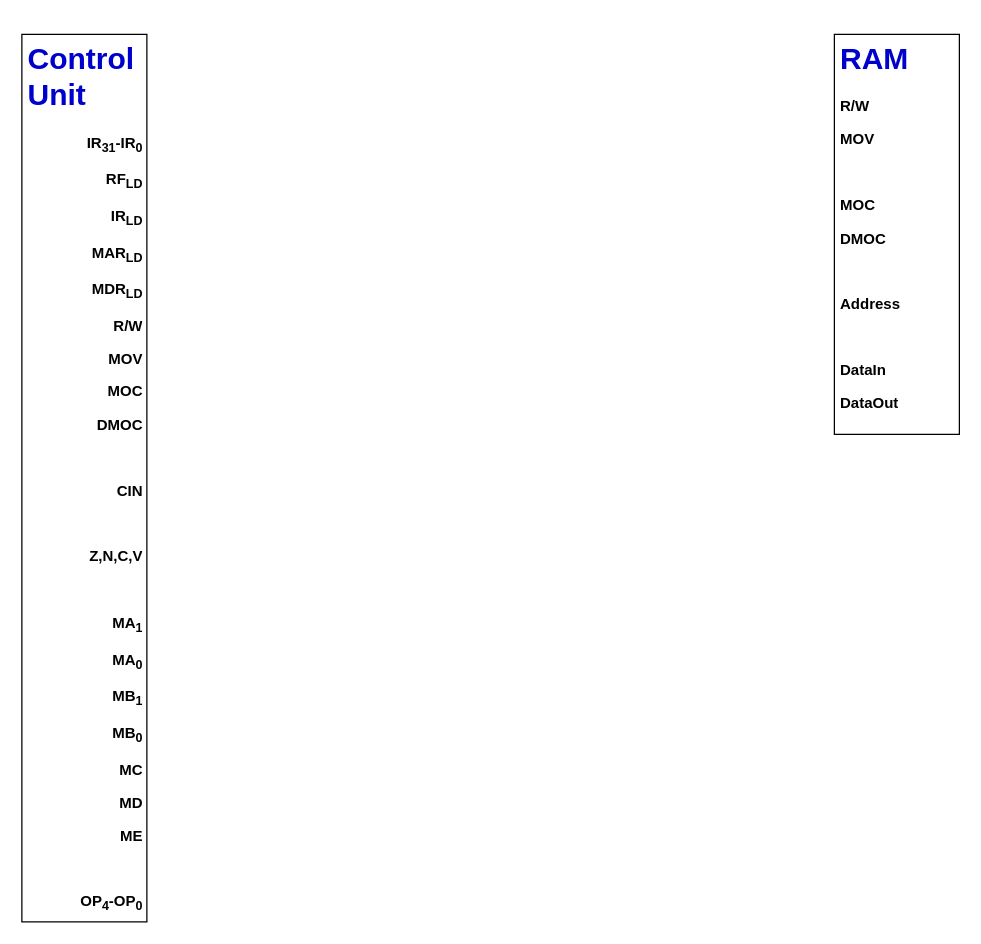
TheParodicts/MIPS_CPU_Diagram keeps this draw.io diagram as MIPS CPU Diagram.drawio. Above is the earlier version. Source tidied: cells renumbered, new cells numbered last; positions are measured from the earlier drawing's top-left corner, leaving out a move shared by most shapes. Both pictures are drawn from the tidied source at 125%, with x=0, y=0 at pixel (21, 34).
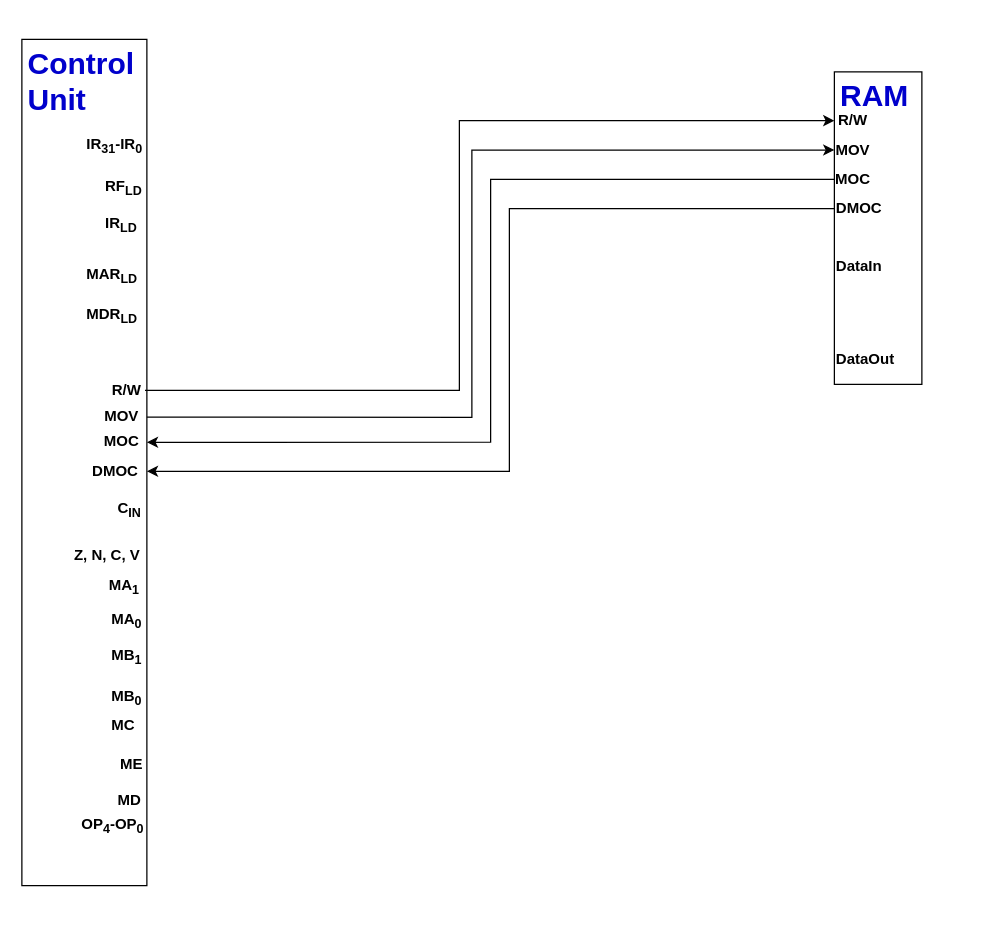
After the change.

Commit message:
Boxed the signals and connected ram to control unit

Change to the diagram source:
```diff
@@
+    <mxCell id="8" style="edgeStyle=orthogonalEdgeStyle;rounded=0;jettySize=auto;html=1;entryX=1;entryY=0.5;entryDx=0;entryDy=0;" parent="1" edge="1" source="35" target="11">
+      <mxGeometry relative="1" as="geometry">
+        <Array as="points">
+          <mxPoint x="375" y="116" />
+          <mxPoint x="375" y="326" />
+        </Array>
+      </mxGeometry>
+    </mxCell>
+    <mxCell id="9" style="edgeStyle=orthogonalEdgeStyle;rounded=0;jettySize=auto;html=1;entryX=1;entryY=0.5;entryDx=0;entryDy=0;" parent="1" edge="1" source="36" target="27">
+      <mxGeometry relative="1" as="geometry">
+        <Array as="points">
+          <mxPoint x="390" y="139" />
+          <mxPoint x="390" y="350" />
+        </Array>
+      </mxGeometry>
+    </mxCell>
+    <mxCell id="10" style="group;" parent="1" vertex="1">
+      <mxGeometry y="4" width="101" height="677" as="geometry" />
+    </mxCell>
-    <mxCell id="2" style="group;" parent="1" vertex="1">
-      <mxGeometry width="100" height="710" as="geometry" />
+    <mxCell id="2" style="group;" parent="10" vertex="1">
+      <mxGeometry width="101" height="677" as="geometry" />
     </mxCell>
     <mxCell id="3" style="rounded=0;whiteSpace=wrap;html=1;" parent="2" vertex="1">
-      <mxGeometry width="100" height="710" as="geometry" />
+      <mxGeometry width="100" height="677" as="geometry" />
     </mxCell>
-    <mxCell id="4" value="&lt;h1&gt;&lt;font color=&quot;#0000cc&quot;&gt;Control Unit&lt;/font&gt;&lt;/h1&gt;&lt;p style=&quot;text-align: right&quot;&gt;&lt;b&gt;IR&lt;sub&gt;31&lt;/sub&gt;-IR&lt;sub&gt;0&lt;/sub&gt;&lt;/b&gt;&lt;/p&gt;&lt;p style=&quot;text-align: right&quot;&gt;&lt;b&gt;RF&lt;sub&gt;LD&lt;/sub&gt;&lt;/b&gt;&lt;/p&gt;&lt;p style=&quot;text-align: right&quot;&gt;&lt;b&gt;IR&lt;sub&gt;LD&lt;/sub&gt;&lt;/b&gt;&lt;/p&gt;&lt;p style=&quot;text-align: right&quot;&gt;&lt;b&gt;MAR&lt;sub&gt;LD&lt;/sub&gt;&lt;/b&gt;&lt;/p&gt;&lt;p style=&quot;text-align: right&quot;&gt;&lt;b&gt;MDR&lt;sub&gt;LD&lt;/sub&gt;&lt;/b&gt;&lt;/p&gt;&lt;p style=&quot;text-align: right&quot;&gt;&lt;b&gt;R/W&lt;/b&gt;&lt;/p&gt;&lt;p style=&quot;text-align: right&quot;&gt;&lt;b&gt;MOV&lt;/b&gt;&lt;/p&gt;&lt;p style=&quot;text-align: right&quot;&gt;&lt;b&gt;MOC&lt;/b&gt;&lt;/p&gt;&lt;p style=&quot;text-align: right&quot;&gt;&lt;b&gt;DMOC&lt;/b&gt;&lt;/p&gt;&lt;p style=&quot;text-align: right&quot;&gt;&lt;b&gt;&lt;br&gt;&lt;/b&gt;&lt;/p&gt;&lt;p style=&quot;text-align: right&quot;&gt;&lt;b&gt;CIN&lt;/b&gt;&lt;/p&gt;&lt;p style=&quot;text-align: right&quot;&gt;&lt;b&gt;&lt;br&gt;&lt;/b&gt;&lt;/p&gt;&lt;p style=&quot;text-align: right&quot;&gt;&lt;b&gt;Z,N,C,V&lt;/b&gt;&lt;/p&gt;&lt;p style=&quot;text-align: right&quot;&gt;&lt;b&gt;&lt;br&gt;&lt;/b&gt;&lt;/p&gt;&lt;p style=&quot;text-align: right&quot;&gt;&lt;b&gt;MA&lt;sub&gt;1&lt;/sub&gt;&lt;/b&gt;&lt;/p&gt;&lt;p style=&quot;text-align: right&quot;&gt;&lt;b&gt;MA&lt;sub&gt;0&lt;/sub&gt;&lt;/b&gt;&lt;/p&gt;&lt;p style=&quot;text-align: right&quot;&gt;&lt;b&gt;MB&lt;sub&gt;1&lt;/sub&gt;&lt;/b&gt;&lt;/p&gt;&lt;p style=&quot;text-align: right&quot;&gt;&lt;b&gt;MB&lt;sub&gt;0&lt;/sub&gt;&lt;/b&gt;&lt;/p&gt;&lt;p style=&quot;text-align: right&quot;&gt;&lt;b&gt;MC&lt;/b&gt;&lt;/p&gt;&lt;p style=&quot;text-align: right&quot;&gt;&lt;b&gt;MD&lt;/b&gt;&lt;/p&gt;&lt;p style=&quot;text-align: right&quot;&gt;&lt;b&gt;ME&lt;/b&gt;&lt;/p&gt;&lt;p style=&quot;text-align: right&quot;&gt;&lt;b&gt;&lt;br&gt;&lt;/b&gt;&lt;/p&gt;&lt;p style=&quot;text-align: right&quot;&gt;&lt;b&gt;OP&lt;sub&gt;4&lt;/sub&gt;-OP&lt;sub&gt;0&lt;/sub&gt;&lt;/b&gt;&lt;/p&gt;" style="text;html=1;strokeColor=none;fillColor=none;spacing=5;spacingTop=-20;whiteSpace=wrap;overflow=hidden;rounded=0;" parent="2" vertex="1">
-      <mxGeometry width="100" height="710" as="geometry" />
+    <mxCell id="4" value="&lt;h1&gt;&lt;font color=&quot;#0000cc&quot;&gt;Control Unit&lt;/font&gt;&lt;/h1&gt;&lt;p style=&quot;text-align: right&quot;&gt;&lt;br&gt;&lt;/p&gt;" style="text;html=1;strokeColor=none;fillColor=none;spacing=5;spacingTop=-20;whiteSpace=wrap;overflow=hidden;rounded=0;" parent="2" vertex="1">
+      <mxGeometry width="100" height="66.7" as="geometry" />
     </mxCell>
+    <mxCell id="11" value="&lt;div style=&quot;text-align: left&quot;&gt;&lt;b&gt;MOC&lt;/b&gt;&lt;/div&gt;" style="text;html=1;strokeColor=none;fillColor=none;align=center;verticalAlign=middle;whiteSpace=wrap;rounded=0;" parent="2" vertex="1">
+      <mxGeometry x="60" y="314.7" width="40" height="15.3" as="geometry" />
+    </mxCell>
+    <mxCell id="12" value="&lt;div style=&quot;text-align: right&quot;&gt;&lt;b&gt;C&lt;sub&gt;IN&lt;/sub&gt;&lt;/b&gt;&lt;/div&gt;" style="text;html=1;" parent="2" vertex="1">
+      <mxGeometry x="75" y="360.9" width="25" height="23.8" as="geometry" />
+    </mxCell>
+    <mxCell id="13" value="&lt;div style=&quot;text-align: right&quot;&gt;&lt;b&gt;Z, N, C, V&lt;/b&gt;&lt;/div&gt;" style="text;html=1;strokeColor=none;fillColor=none;align=center;verticalAlign=middle;whiteSpace=wrap;rounded=0;" parent="2" vertex="1">
+      <mxGeometry x="36.5" y="403.8" width="63" height="19.1" as="geometry" />
+    </mxCell>
+    <mxCell id="14" value="&lt;div style=&quot;text-align: right&quot;&gt;&lt;b&gt;MA&lt;sub&gt;1&lt;/sub&gt;&lt;/b&gt;&lt;br&gt;&lt;/div&gt;" style="text;html=1;" parent="2" vertex="1">
+      <mxGeometry x="68" y="422.9" width="32" height="19.1" as="geometry" />
+    </mxCell>
+    <mxCell id="15" value="&lt;div style=&quot;text-align: right&quot;&gt;&lt;b&gt;MA&lt;sub&gt;0&lt;/sub&gt;&lt;/b&gt;&lt;br&gt;&lt;/div&gt;" style="text;html=1;" parent="2" vertex="1">
+      <mxGeometry x="70" y="450.1" width="31" height="21.9" as="geometry" />
+    </mxCell>
+    <mxCell id="16" value="&lt;div style=&quot;text-align: right&quot;&gt;&lt;b&gt;MB&lt;sub&gt;1&lt;/sub&gt;&lt;/b&gt;&lt;br&gt;&lt;/div&gt;" style="text;html=1;direction=south;" parent="2" vertex="1">
+      <mxGeometry x="70" y="479.1" width="25" height="30.5" as="geometry" />
+    </mxCell>
+    <mxCell id="17" value="&lt;div style=&quot;text-align: right&quot;&gt;&lt;b&gt;MB&lt;sub&gt;0&lt;/sub&gt;&lt;/b&gt;&lt;br&gt;&lt;/div&gt;" style="text;html=1;" parent="2" vertex="1">
+      <mxGeometry x="70" y="512" width="30" height="21" as="geometry" />
+    </mxCell>
+    <mxCell id="18" value="&lt;div style=&quot;text-align: right&quot;&gt;&lt;b&gt;MC&lt;/b&gt;&lt;/div&gt;" style="text;html=1;" parent="2" vertex="1">
+      <mxGeometry x="70" y="535" width="30" height="19" as="geometry" />
+    </mxCell>
+    <mxCell id="19" value="&lt;div style=&quot;text-align: right&quot;&gt;&lt;b&gt;MD&lt;/b&gt;&lt;/div&gt;" style="text;html=1;" parent="2" vertex="1">
+      <mxGeometry x="75" y="594.5" width="22" height="19.1" as="geometry" />
+    </mxCell>
+    <mxCell id="20" value="&lt;div style=&quot;text-align: right&quot;&gt;&lt;b&gt;ME&lt;/b&gt;&lt;/div&gt;" style="text;html=1;" parent="2" vertex="1">
+      <mxGeometry x="76.5" y="565.9" width="22" height="19.1" as="geometry" />
+    </mxCell>
+    <mxCell id="21" value="&lt;div style=&quot;text-align: right&quot;&gt;&lt;b&gt;OP&lt;sub&gt;4&lt;/sub&gt;-OP&lt;sub&gt;0&lt;/sub&gt;&lt;/b&gt;&lt;/div&gt;" style="text;html=1;" parent="2" vertex="1">
+      <mxGeometry x="46" y="613.6" width="55" height="21.9" as="geometry" />
+    </mxCell>
+    <mxCell id="22" value="&lt;div style=&quot;text-align: right&quot;&gt;&lt;b&gt;IR&lt;sub&gt;31&lt;/sub&gt;-IR&lt;sub&gt;0&lt;/sub&gt;&lt;/b&gt;&lt;br&gt;&lt;/div&gt;" style="text;html=1;" parent="2" vertex="1">
+      <mxGeometry x="50" y="70.1" width="50" height="33.4" as="geometry" />
+    </mxCell>
+    <mxCell id="23" value="&lt;div style=&quot;text-align: right&quot;&gt;&lt;b&gt;RF&lt;sub&gt;LD&lt;/sub&gt;&lt;/b&gt;&lt;br&gt;&lt;/div&gt;" style="text;html=1;" parent="2" vertex="1">
+      <mxGeometry x="65" y="103.5" width="35" height="33.4" as="geometry" />
+    </mxCell>
+    <mxCell id="24" value="&lt;div style=&quot;text-align: right&quot;&gt;&lt;b&gt;IR&lt;sub&gt;LD&lt;/sub&gt;&lt;/b&gt;&lt;br&gt;&lt;/div&gt;" style="text;html=1;" parent="2" vertex="1">
+      <mxGeometry x="65" y="132.5" width="35" height="23.8" as="geometry" />
+    </mxCell>
+    <mxCell id="25" value="&lt;div style=&quot;text-align: right&quot;&gt;&lt;b&gt;MAR&lt;sub&gt;LD&lt;/sub&gt;&lt;/b&gt;&lt;br&gt;&lt;/div&gt;" style="text;html=1;" parent="2" vertex="1">
+      <mxGeometry x="50" y="174" width="50" height="28" as="geometry" />
+    </mxCell>
+    <mxCell id="26" value="&lt;div style=&quot;text-align: right&quot;&gt;&lt;b&gt;MDR&lt;sub&gt;LD&lt;/sub&gt;&lt;/b&gt;&lt;br&gt;&lt;/div&gt;" style="text;html=1;" parent="2" vertex="1">
+      <mxGeometry x="50" y="206" width="51" height="21" as="geometry" />
+    </mxCell>
+    <mxCell id="27" value="&lt;div style=&quot;text-align: left&quot;&gt;&lt;b&gt;DMOC&lt;/b&gt;&lt;/div&gt;" style="text;html=1;strokeColor=none;fillColor=none;align=center;verticalAlign=middle;whiteSpace=wrap;rounded=0;" parent="2" vertex="1">
+      <mxGeometry x="50" y="338" width="50" height="15" as="geometry" />
+    </mxCell>
+    <mxCell id="28" value="&lt;div style=&quot;text-align: left&quot;&gt;&lt;b&gt;MOV&lt;/b&gt;&lt;/div&gt;" style="text;html=1;strokeColor=none;fillColor=none;align=center;verticalAlign=middle;whiteSpace=wrap;rounded=0;" parent="2" vertex="1">
+      <mxGeometry x="60" y="292.7" width="40" height="19.1" as="geometry" />
+    </mxCell>
+    <mxCell id="29" value="&lt;div style=&quot;text-align: left&quot;&gt;&lt;b&gt;R/W&lt;/b&gt;&lt;/div&gt;" style="text;html=1;strokeColor=none;fillColor=none;align=center;verticalAlign=middle;whiteSpace=wrap;rounded=0;" parent="2" vertex="1">
+      <mxGeometry x="68.5" y="273.4" width="30" height="14.9" as="geometry" />
+    </mxCell>
+    <mxCell id="30" style="endArrow=classic;html=1;exitX=1;exitY=0.5;exitDx=0;exitDy=0;entryX=0;entryY=0.5;entryDx=0;entryDy=0;edgeStyle=orthogonalEdgeStyle;rounded=0;" parent="1" edge="1" source="29" target="34">
+      <mxGeometry relative="1" as="geometry">
+        <Array as="points">
+          <mxPoint x="350" y="285" />
+          <mxPoint x="350" y="69" />
+        </Array>
+      </mxGeometry>
+    </mxCell>
+    <mxCell id="31" style="endArrow=classic;html=1;exitX=1;exitY=0.5;exitDx=0;exitDy=0;entryX=0;entryY=0.5;entryDx=0;entryDy=0;edgeStyle=orthogonalEdgeStyle;rounded=0;" parent="1" edge="1" source="28" target="38">
+      <mxGeometry relative="1" as="geometry">
+        <Array as="points">
+          <mxPoint x="360" y="306" />
+          <mxPoint x="360" y="92" />
+        </Array>
+      </mxGeometry>
+    </mxCell>
+    <mxCell id="32" style="group;" parent="1" vertex="1">
+      <mxGeometry x="650" y="30" width="70" height="250" as="geometry" />
+    </mxCell>
+    <mxCell id="33" style="group;" parent="32" vertex="1">
+      <mxGeometry width="70" height="250" as="geometry" />
+    </mxCell>
-    <mxCell id="5" style="group;" parent="1" vertex="1">
-      <mxGeometry x="650" width="100" height="320" as="geometry" />
+    <mxCell id="5" style="group;" parent="33" vertex="1">
+      <mxGeometry width="70" height="250" as="geometry" />
     </mxCell>
     <mxCell id="6" style="rounded=0;whiteSpace=wrap;html=1;" parent="5" vertex="1">
-      <mxGeometry width="100" height="320" as="geometry" />
+      <mxGeometry width="70" height="250" as="geometry" />
     </mxCell>
-    <mxCell id="7" value="&lt;h1&gt;&lt;font color=&quot;#0000cc&quot;&gt;RAM&amp;nbsp;&lt;/font&gt;&lt;/h1&gt;&lt;p style=&quot;text-align: left&quot;&gt;&lt;b&gt;R/W&lt;/b&gt;&lt;/p&gt;&lt;p style=&quot;text-align: left&quot;&gt;&lt;b&gt;MOV&lt;/b&gt;&lt;/p&gt;&lt;p style=&quot;text-align: left&quot;&gt;&lt;b&gt;&lt;br&gt;&lt;/b&gt;&lt;/p&gt;&lt;p style=&quot;text-align: left&quot;&gt;&lt;b&gt;MOC&lt;/b&gt;&lt;/p&gt;&lt;p style=&quot;text-align: left&quot;&gt;&lt;b&gt;DMOC&lt;/b&gt;&lt;/p&gt;&lt;p style=&quot;text-align: left&quot;&gt;&lt;b&gt;&lt;br&gt;&lt;/b&gt;&lt;/p&gt;&lt;p style=&quot;text-align: left&quot;&gt;&lt;b&gt;Address&lt;/b&gt;&lt;/p&gt;&lt;p style=&quot;text-align: left&quot;&gt;&lt;b&gt;&lt;br&gt;&lt;/b&gt;&lt;/p&gt;&lt;p style=&quot;text-align: left&quot;&gt;&lt;b&gt;DataIn&lt;/b&gt;&lt;/p&gt;&lt;p style=&quot;text-align: left&quot;&gt;&lt;b&gt;DataOut&lt;/b&gt;&lt;/p&gt;&lt;p style=&quot;text-align: left&quot;&gt;&lt;br&gt;&lt;/p&gt;" style="text;html=1;strokeColor=none;fillColor=none;spacing=5;spacingTop=-20;whiteSpace=wrap;overflow=hidden;rounded=0;" parent="5" vertex="1">
-      <mxGeometry width="100" height="320" as="geometry" />
+    <mxCell id="7" value="&lt;h1&gt;&lt;font color=&quot;#0000cc&quot;&gt;RAM&amp;nbsp;&lt;/font&gt;&lt;/h1&gt;&lt;p style=&quot;text-align: left&quot;&gt;&lt;br&gt;&lt;/p&gt;&lt;p style=&quot;text-align: left&quot;&gt;&lt;br&gt;&lt;/p&gt;" style="text;html=1;strokeColor=none;fillColor=none;spacing=5;spacingTop=-20;whiteSpace=wrap;overflow=hidden;rounded=0;" parent="5" vertex="1">
+      <mxGeometry width="70" height="31.2" as="geometry" />
     </mxCell>
+    <mxCell id="34" value="&lt;div style=&quot;text-align: left&quot;&gt;&lt;b&gt;R/W&lt;/b&gt;&lt;/div&gt;" style="text;html=1;strokeColor=none;fillColor=none;align=center;verticalAlign=middle;whiteSpace=wrap;rounded=0;" parent="5" vertex="1">
+      <mxGeometry y="31.2" width="30" height="15.6" as="geometry" />
+    </mxCell>
+    <mxCell id="35" value="&lt;div style=&quot;text-align: left&quot;&gt;&lt;b&gt;MOC&lt;/b&gt;&lt;/div&gt;" style="text;html=1;strokeColor=none;fillColor=none;align=center;verticalAlign=middle;whiteSpace=wrap;rounded=0;" parent="5" vertex="1">
+      <mxGeometry y="78.1" width="30" height="15.6" as="geometry" />
+    </mxCell>
+    <mxCell id="36" value="&lt;div style=&quot;text-align: left&quot;&gt;&lt;b&gt;DMOC&lt;/b&gt;&lt;/div&gt;" style="text;html=1;strokeColor=none;fillColor=none;align=center;verticalAlign=middle;whiteSpace=wrap;rounded=0;" parent="5" vertex="1">
+      <mxGeometry y="101.6" width="40" height="15.6" as="geometry" />
+    </mxCell>
+    <mxCell id="37" value="&lt;div style=&quot;text-align: left&quot;&gt;&lt;b&gt;DataIn&lt;/b&gt;&lt;/div&gt;" style="text;html=1;strokeColor=none;fillColor=none;align=center;verticalAlign=middle;whiteSpace=wrap;rounded=0;" parent="5" vertex="1">
+      <mxGeometry y="148.4" width="40" height="15.6" as="geometry" />
+    </mxCell>
+    <mxCell id="38" value="&lt;div style=&quot;text-align: left&quot;&gt;&lt;b&gt;MOV&lt;/b&gt;&lt;/div&gt;" style="text;html=1;strokeColor=none;fillColor=none;align=center;verticalAlign=middle;whiteSpace=wrap;rounded=0;" parent="33" vertex="1">
+      <mxGeometry y="52.5" width="30" height="20" as="geometry" />
+    </mxCell>
+    <mxCell id="39" value="&lt;div style=&quot;text-align: left&quot;&gt;&lt;b&gt;DataOut&lt;/b&gt;&lt;/div&gt;" style="text;html=1;strokeColor=none;fillColor=none;align=center;verticalAlign=middle;whiteSpace=wrap;rounded=0;" parent="33" vertex="1">
+      <mxGeometry y="220" width="50" height="20" as="geometry" />
+    </mxCell>
```
